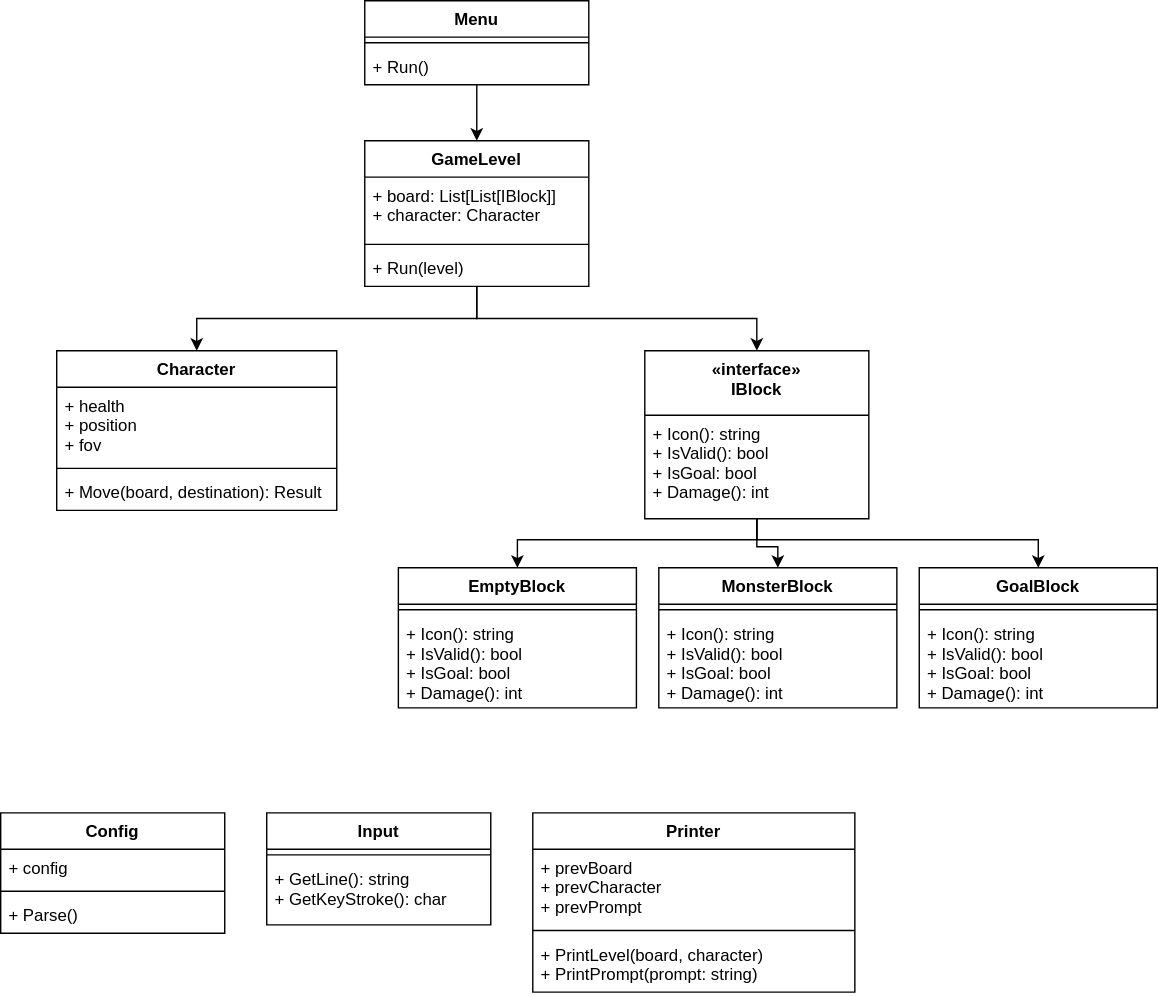
Above: doc/SimpleMaze.drawio.svg in amoxicillin-v2/cse-230 (draw.io), before the change. Source tidied: cells renumbered, new cells last; positions are measured from the earlier drawing's top-left corner, leaving out a move shared by most shapes. Its diagram source:
```xml
<mxGraphModel>
  <root>
    <mxCell id="0" />
    <mxCell id="1" parent="0" />
    <mxCell id="2" value="Config" style="swimlane;fontStyle=1;align=center;verticalAlign=top;horizontal=1;startSize=26;" parent="1" vertex="1">
      <mxGeometry y="580" width="160" height="86" as="geometry" />
    </mxCell>
    <mxCell id="3" value="+ config" style="text;strokeColor=none;fillColor=none;align=left;verticalAlign=top;spacingLeft=4;spacingRight=4;overflow=hidden;" parent="2" vertex="1">
      <mxGeometry y="26" width="160" height="26" as="geometry" />
    </mxCell>
    <mxCell id="4" style="line;strokeWidth=1;fillColor=none;align=left;verticalAlign=middle;spacingTop=-1;spacingLeft=3;spacingRight=3;labelPosition=right;" parent="2" vertex="1">
      <mxGeometry y="52" width="160" height="8" as="geometry" />
    </mxCell>
    <mxCell id="5" value="+ Parse()" style="text;strokeColor=none;fillColor=none;align=left;verticalAlign=top;spacingLeft=4;spacingRight=4;overflow=hidden;" parent="2" vertex="1">
      <mxGeometry y="60" width="160" height="26" as="geometry" />
    </mxCell>
    <mxCell id="6" value="Input" style="swimlane;fontStyle=1;align=center;verticalAlign=top;horizontal=1;startSize=26;" parent="1" vertex="1">
      <mxGeometry x="190" y="580" width="160" height="80" as="geometry" />
    </mxCell>
    <mxCell id="7" style="line;strokeWidth=1;fillColor=none;align=left;verticalAlign=middle;spacingTop=-1;spacingLeft=3;spacingRight=3;labelPosition=right;" parent="6" vertex="1">
      <mxGeometry y="26" width="160" height="8" as="geometry" />
    </mxCell>
    <mxCell id="8" value="+ GetLine(): string&#10;+ GetKeyStroke(): char&#10;" style="text;strokeColor=none;fillColor=none;align=left;verticalAlign=top;spacingLeft=4;spacingRight=4;overflow=hidden;" parent="6" vertex="1">
      <mxGeometry y="34" width="160" height="46" as="geometry" />
    </mxCell>
    <mxCell id="9" value="Printer" style="swimlane;fontStyle=1;align=center;verticalAlign=top;horizontal=1;startSize=26;" parent="1" vertex="1">
      <mxGeometry x="380" y="580" width="230" height="128" as="geometry" />
    </mxCell>
    <mxCell id="10" value="+ prevBoard&#10;+ prevCharacter&#10;+ prevPrompt&#10;" style="text;strokeColor=none;fillColor=none;align=left;verticalAlign=top;spacingLeft=4;spacingRight=4;overflow=hidden;" parent="9" vertex="1">
      <mxGeometry y="26" width="230" height="54" as="geometry" />
    </mxCell>
    <mxCell id="11" style="line;strokeWidth=1;fillColor=none;align=left;verticalAlign=middle;spacingTop=-1;spacingLeft=3;spacingRight=3;labelPosition=right;" parent="9" vertex="1">
      <mxGeometry y="80" width="230" height="8" as="geometry" />
    </mxCell>
    <mxCell id="12" value="+ PrintLevel(board, character)&#10;+ PrintPrompt(prompt: string)" style="text;strokeColor=none;fillColor=none;align=left;verticalAlign=top;spacingLeft=4;spacingRight=4;overflow=hidden;" parent="9" vertex="1">
      <mxGeometry y="88" width="230" height="40" as="geometry" />
    </mxCell>
    <mxCell id="13" style="edgeStyle=orthogonalEdgeStyle;rounded=0;jettySize=auto;html=1;exitX=0.5;exitY=1;exitDx=0;exitDy=0;entryX=0.5;entryY=0;entryDx=0;entryDy=0;" parent="1" edge="1" source="14" target="19">
      <mxGeometry relative="1" as="geometry" />
    </mxCell>
    <mxCell id="14" value="Menu" style="swimlane;fontStyle=1;align=center;verticalAlign=top;horizontal=1;startSize=26;" parent="1" vertex="1">
      <mxGeometry x="260" width="160" height="60" as="geometry" />
    </mxCell>
    <mxCell id="15" style="line;strokeWidth=1;fillColor=none;align=left;verticalAlign=middle;spacingTop=-1;spacingLeft=3;spacingRight=3;labelPosition=right;" parent="14" vertex="1">
      <mxGeometry y="26" width="160" height="8" as="geometry" />
    </mxCell>
    <mxCell id="16" value="+ Run()" style="text;strokeColor=none;fillColor=none;align=left;verticalAlign=top;spacingLeft=4;spacingRight=4;overflow=hidden;" parent="14" vertex="1">
      <mxGeometry y="34" width="160" height="26" as="geometry" />
    </mxCell>
    <mxCell id="17" style="edgeStyle=orthogonalEdgeStyle;rounded=0;jettySize=auto;html=1;exitX=0.5;exitY=1;exitDx=0;exitDy=0;entryX=0.5;entryY=0;entryDx=0;entryDy=0;" parent="1" edge="1" source="19" target="23">
      <mxGeometry relative="1" as="geometry" />
    </mxCell>
    <mxCell id="18" style="edgeStyle=orthogonalEdgeStyle;rounded=0;jettySize=auto;html=1;exitX=0.5;exitY=1;exitDx=0;exitDy=0;entryX=0.5;entryY=0;entryDx=0;entryDy=0;" parent="1" edge="1" source="19" target="30">
      <mxGeometry relative="1" as="geometry" />
    </mxCell>
    <mxCell id="19" value="GameLevel" style="swimlane;fontStyle=1;align=center;verticalAlign=top;horizontal=1;startSize=26;" parent="1" vertex="1">
      <mxGeometry x="260" y="100" width="160" height="104" as="geometry" />
    </mxCell>
    <mxCell id="20" value="+ board: List[List[IBlock]]&#10;+ character: Character" style="text;strokeColor=none;fillColor=none;align=left;verticalAlign=top;spacingLeft=4;spacingRight=4;overflow=hidden;" parent="19" vertex="1">
      <mxGeometry y="26" width="160" height="44" as="geometry" />
    </mxCell>
    <mxCell id="21" style="line;strokeWidth=1;fillColor=none;align=left;verticalAlign=middle;spacingTop=-1;spacingLeft=3;spacingRight=3;labelPosition=right;" parent="19" vertex="1">
      <mxGeometry y="70" width="160" height="8" as="geometry" />
    </mxCell>
    <mxCell id="22" value="+ Run(level)" style="text;strokeColor=none;fillColor=none;align=left;verticalAlign=top;spacingLeft=4;spacingRight=4;overflow=hidden;" parent="19" vertex="1">
      <mxGeometry y="78" width="160" height="26" as="geometry" />
    </mxCell>
    <mxCell id="23" value="Character" style="swimlane;fontStyle=1;align=center;verticalAlign=top;horizontal=1;startSize=26;" parent="1" vertex="1">
      <mxGeometry x="40" y="250" width="200" height="114" as="geometry" />
    </mxCell>
    <mxCell id="24" value="+ health&#10;+ position&#10;+ fov&#10;" style="text;strokeColor=none;fillColor=none;align=left;verticalAlign=top;spacingLeft=4;spacingRight=4;overflow=hidden;" parent="23" vertex="1">
      <mxGeometry y="26" width="200" height="54" as="geometry" />
    </mxCell>
    <mxCell id="25" style="line;strokeWidth=1;fillColor=none;align=left;verticalAlign=middle;spacingTop=-1;spacingLeft=3;spacingRight=3;labelPosition=right;" parent="23" vertex="1">
      <mxGeometry y="80" width="200" height="8" as="geometry" />
    </mxCell>
    <mxCell id="26" value="+ Move(board, destination): Result" style="text;strokeColor=none;fillColor=none;align=left;verticalAlign=top;spacingLeft=4;spacingRight=4;overflow=hidden;" parent="23" vertex="1">
      <mxGeometry y="88" width="200" height="26" as="geometry" />
    </mxCell>
    <mxCell id="27" style="edgeStyle=orthogonalEdgeStyle;rounded=0;jettySize=auto;html=1;exitX=0.5;exitY=1;exitDx=0;exitDy=0;" parent="1" edge="1" source="30" target="35">
      <mxGeometry relative="1" as="geometry">
        <Array as="points">
          <mxPoint x="540" y="385" />
          <mxPoint x="369" y="385" />
        </Array>
      </mxGeometry>
    </mxCell>
    <mxCell id="28" style="edgeStyle=orthogonalEdgeStyle;rounded=0;jettySize=auto;html=1;exitX=0.5;exitY=1;exitDx=0;exitDy=0;entryX=0.5;entryY=0;entryDx=0;entryDy=0;" parent="1" edge="1" source="30" target="38">
      <mxGeometry relative="1" as="geometry">
        <Array as="points">
          <mxPoint x="540" y="390" />
          <mxPoint x="555" y="390" />
        </Array>
      </mxGeometry>
    </mxCell>
    <mxCell id="29" style="edgeStyle=orthogonalEdgeStyle;rounded=0;jettySize=auto;html=1;exitX=0.5;exitY=1;exitDx=0;exitDy=0;entryX=0.5;entryY=0;entryDx=0;entryDy=0;" parent="1" edge="1" source="30" target="32">
      <mxGeometry relative="1" as="geometry">
        <Array as="points">
          <mxPoint x="540" y="385" />
          <mxPoint x="741" y="385" />
        </Array>
      </mxGeometry>
    </mxCell>
    <mxCell id="30" value="«interface»&#10;IBlock" style="swimlane;fontStyle=1;align=center;verticalAlign=top;horizontal=1;startSize=46;" parent="1" vertex="1">
      <mxGeometry x="460" y="250" width="160" height="120" as="geometry" />
    </mxCell>
    <mxCell id="31" value="+ Icon(): string&#10;+ IsValid(): bool&#10;+ IsGoal: bool&#10;+ Damage(): int" style="text;strokeColor=none;fillColor=none;align=left;verticalAlign=top;spacingLeft=4;spacingRight=4;overflow=hidden;" parent="30" vertex="1">
      <mxGeometry y="46" width="160" height="74" as="geometry" />
    </mxCell>
    <mxCell id="32" value="GoalBlock" style="swimlane;fontStyle=1;align=center;verticalAlign=top;horizontal=1;startSize=26;" parent="1" vertex="1">
      <mxGeometry x="656" y="405" width="170" height="100" as="geometry" />
    </mxCell>
    <mxCell id="33" style="line;strokeWidth=1;fillColor=none;align=left;verticalAlign=middle;spacingTop=-1;spacingLeft=3;spacingRight=3;labelPosition=right;" parent="32" vertex="1">
      <mxGeometry y="26" width="170" height="8" as="geometry" />
    </mxCell>
    <mxCell id="34" value="+ Icon(): string&#10;+ IsValid(): bool&#10;+ IsGoal: bool&#10;+ Damage(): int" style="text;strokeColor=none;fillColor=none;align=left;verticalAlign=top;spacingLeft=4;spacingRight=4;overflow=hidden;" parent="32" vertex="1">
      <mxGeometry y="34" width="170" height="66" as="geometry" />
    </mxCell>
    <mxCell id="35" value="EmptyBlock" style="swimlane;fontStyle=1;align=center;verticalAlign=top;horizontal=1;startSize=26;" parent="1" vertex="1">
      <mxGeometry x="284" y="405" width="170" height="100" as="geometry" />
    </mxCell>
    <mxCell id="36" style="line;strokeWidth=1;fillColor=none;align=left;verticalAlign=middle;spacingTop=-1;spacingLeft=3;spacingRight=3;labelPosition=right;" parent="35" vertex="1">
      <mxGeometry y="26" width="170" height="8" as="geometry" />
    </mxCell>
    <mxCell id="37" value="+ Icon(): string&#10;+ IsValid(): bool&#10;+ IsGoal: bool&#10;+ Damage(): int" style="text;strokeColor=none;fillColor=none;align=left;verticalAlign=top;spacingLeft=4;spacingRight=4;overflow=hidden;" parent="35" vertex="1">
      <mxGeometry y="34" width="170" height="66" as="geometry" />
    </mxCell>
    <mxCell id="38" value="MonsterBlock" style="swimlane;fontStyle=1;align=center;verticalAlign=top;horizontal=1;startSize=26;" parent="1" vertex="1">
      <mxGeometry x="470" y="405" width="170" height="100" as="geometry" />
    </mxCell>
    <mxCell id="39" style="line;strokeWidth=1;fillColor=none;align=left;verticalAlign=middle;spacingTop=-1;spacingLeft=3;spacingRight=3;labelPosition=right;" parent="38" vertex="1">
      <mxGeometry y="26" width="170" height="8" as="geometry" />
    </mxCell>
    <mxCell id="40" value="+ Icon(): string&#10;+ IsValid(): bool&#10;+ IsGoal: bool&#10;+ Damage(): int" style="text;strokeColor=none;fillColor=none;align=left;verticalAlign=top;spacingLeft=4;spacingRight=4;overflow=hidden;" parent="38" vertex="1">
      <mxGeometry y="34" width="170" height="66" as="geometry" />
    </mxCell>
  </root>
</mxGraphModel>
```
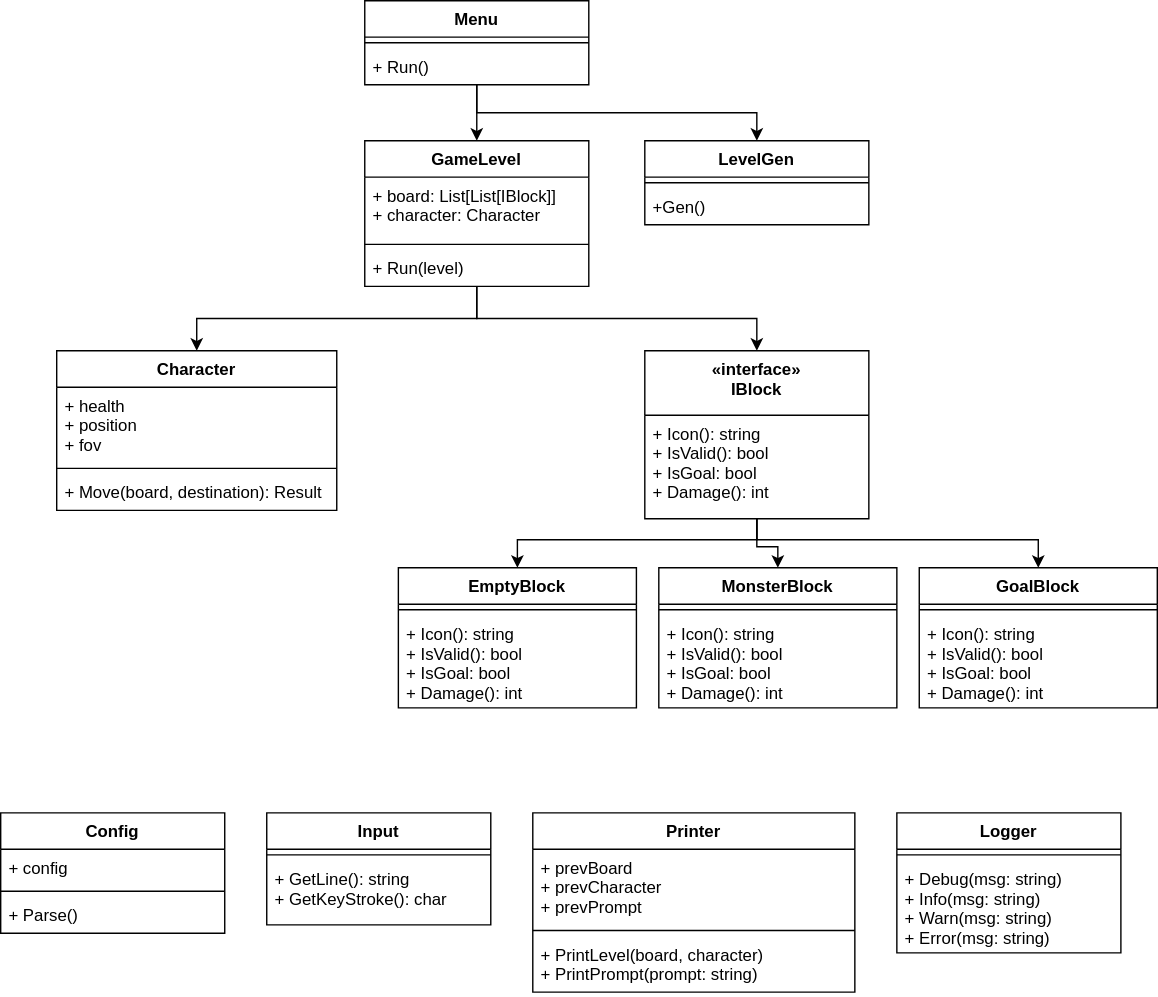
The same file after the commit.

Commit message:
update arch graph

Change to the diagram source:
```diff
@@ -20,7 +20,7 @@
     <mxCell id="7" style="line;strokeWidth=1;fillColor=none;align=left;verticalAlign=middle;spacingTop=-1;spacingLeft=3;spacingRight=3;labelPosition=right;" parent="6" vertex="1">
       <mxGeometry y="26" width="160" height="8" as="geometry" />
     </mxCell>
-    <mxCell id="8" value="+ GetLine(): string&#10;+ GetKeyStroke(): char&#10;" style="text;strokeColor=none;fillColor=none;align=left;verticalAlign=top;spacingLeft=4;spacingRight=4;overflow=hidden;" parent="6" vertex="1">
+    <mxCell id="8" value="+ GetLine(): string&#10;+ GetKeyStroke(): char" style="text;strokeColor=none;fillColor=none;align=left;verticalAlign=top;spacingLeft=4;spacingRight=4;overflow=hidden;" parent="6" vertex="1">
       <mxGeometry y="34" width="160" height="46" as="geometry" />
     </mxCell>
     <mxCell id="9" value="Printer" style="swimlane;fontStyle=1;align=center;verticalAlign=top;horizontal=1;startSize=26;" parent="1" vertex="1">
@@ -38,6 +38,9 @@
     <mxCell id="13" style="edgeStyle=orthogonalEdgeStyle;rounded=0;jettySize=auto;html=1;exitX=0.5;exitY=1;exitDx=0;exitDy=0;entryX=0.5;entryY=0;entryDx=0;entryDy=0;" parent="1" edge="1" source="14" target="19">
       <mxGeometry relative="1" as="geometry" />
     </mxCell>
+    <mxCell id="41" style="edgeStyle=orthogonalEdgeStyle;rounded=0;jettySize=auto;html=1;exitX=0.5;exitY=1;exitDx=0;exitDy=0;entryX=0.5;entryY=0;entryDx=0;entryDy=0;" parent="1" edge="1" source="14" target="45">
+      <mxGeometry relative="1" as="geometry" />
+    </mxCell>
     <mxCell id="14" value="Menu" style="swimlane;fontStyle=1;align=center;verticalAlign=top;horizontal=1;startSize=26;" parent="1" vertex="1">
       <mxGeometry x="260" width="160" height="60" as="geometry" />
     </mxCell>
@@ -134,5 +137,23 @@
     <mxCell id="40" value="+ Icon(): string&#10;+ IsValid(): bool&#10;+ IsGoal: bool&#10;+ Damage(): int" style="text;strokeColor=none;fillColor=none;align=left;verticalAlign=top;spacingLeft=4;spacingRight=4;overflow=hidden;" parent="38" vertex="1">
       <mxGeometry y="34" width="170" height="66" as="geometry" />
     </mxCell>
+    <mxCell id="42" value="Logger" style="swimlane;fontStyle=1;align=center;verticalAlign=top;horizontal=1;startSize=26;" parent="1" vertex="1">
+      <mxGeometry x="640" y="580" width="160" height="100" as="geometry" />
+    </mxCell>
+    <mxCell id="43" value="&#10;" style="line;strokeWidth=1;fillColor=none;align=left;verticalAlign=middle;spacingTop=-1;spacingLeft=3;spacingRight=3;labelPosition=right;" parent="42" vertex="1">
+      <mxGeometry y="26" width="160" height="8" as="geometry" />
+    </mxCell>
+    <mxCell id="44" value="+ Debug(msg: string)&#10;+ Info(msg: string)&#10;+ Warn(msg: string)&#10;+ Error(msg: string)" style="text;strokeColor=none;fillColor=none;align=left;verticalAlign=top;spacingLeft=4;spacingRight=4;overflow=hidden;fontSize=12;" parent="42" vertex="1">
+      <mxGeometry y="34" width="160" height="66" as="geometry" />
+    </mxCell>
+    <mxCell id="45" value="LevelGen" style="swimlane;fontStyle=1;align=center;verticalAlign=top;horizontal=1;startSize=26;" parent="1" vertex="1">
+      <mxGeometry x="460" y="100" width="160" height="60" as="geometry" />
+    </mxCell>
+    <mxCell id="46" style="line;strokeWidth=1;fillColor=none;align=left;verticalAlign=middle;spacingTop=-1;spacingLeft=3;spacingRight=3;labelPosition=right;" parent="45" vertex="1">
+      <mxGeometry y="26" width="160" height="8" as="geometry" />
+    </mxCell>
+    <mxCell id="47" value="+Gen()" style="text;strokeColor=none;fillColor=none;align=left;verticalAlign=top;spacingLeft=4;spacingRight=4;overflow=hidden;" parent="45" vertex="1">
+      <mxGeometry y="34" width="160" height="26" as="geometry" />
+    </mxCell>
   </root>
 </mxGraphModel>
```
